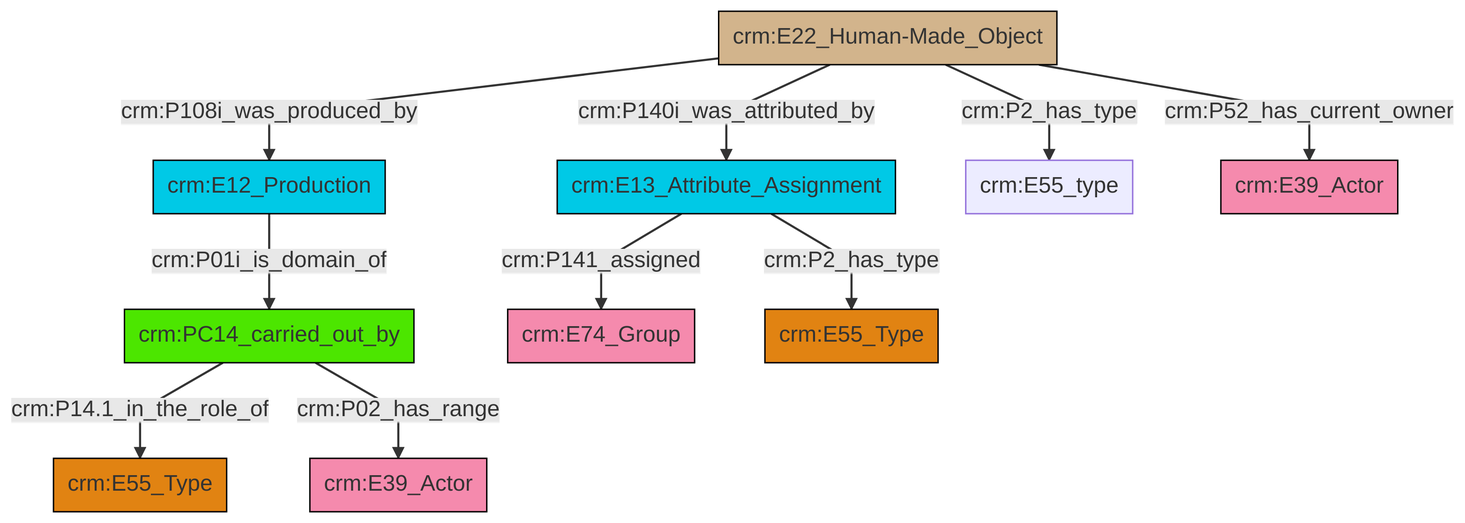
The Mermaid diagram et/builtWorkCSV/ttl/mmd/png/Built_Work_actor_relations.png in swiss-art-research-net/reference-data-models, before a commit. Its source is kept beside it as et/builtWorkCSV/ttl/mmd/Built_Work_actor_relations.ttl.mmd.
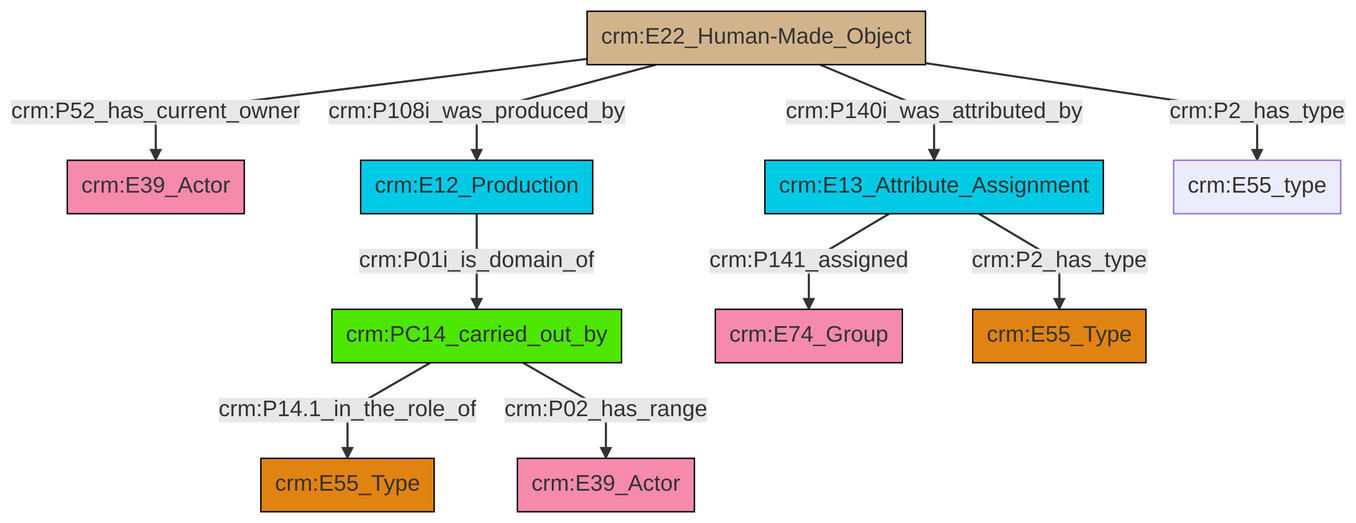
The same file after the commit.

The edit, as a diff of the source:
```diff
@@ -13,12 +13,12 @@
 classDef PC_Classes fill:#4ce600, stroke:#000000;
 classDef Multi fill:#cccccc,stroke:#000000;
 
-0["crm:E22_Human-Made_Object"]:::Physical_Thing -->|crm:P140i_was_attributed_by| 1["crm:E13_Attribute_Assignment"]:::Temporal_Entity
-6["crm:PC14_carried_out_by"]:::PC_Classes -->|crm:P14.1_in_the_role_of| 4["crm:E55_Type"]:::Type
-0["crm:E22_Human-Made_Object"]:::Physical_Thing -->|crm:P108i_was_produced_by| 2["crm:E12_Production"]:::Temporal_Entity
-2["crm:E12_Production"]:::Temporal_Entity -->|crm:P01i_is_domain_of| 6["crm:PC14_carried_out_by"]:::PC_Classes
-0["crm:E22_Human-Made_Object"]:::Physical_Thing -->|crm:P2_has_type| 15["crm:E55_type"]:::Default
-1["crm:E13_Attribute_Assignment"]:::Temporal_Entity -->|crm:P141_assigned| 10["crm:E74_Group"]:::Actor
-0["crm:E22_Human-Made_Object"]:::Physical_Thing -->|crm:P52_has_current_owner| 17["crm:E39_Actor"]:::Actor
-1["crm:E13_Attribute_Assignment"]:::Temporal_Entity -->|crm:P2_has_type| 12["crm:E55_Type"]:::Type
-6["crm:PC14_carried_out_by"]:::PC_Classes -->|crm:P02_has_range| 8["crm:E39_Actor"]:::Actor
+0["crm:E22_Human-Made_Object"]:::Physical_Thing -->|crm:P52_has_current_owner| 1["crm:E39_Actor"]:::Actor
+2["crm:PC14_carried_out_by"]:::PC_Classes -->|crm:P14.1_in_the_role_of| 3["crm:E55_Type"]:::Type
+0["crm:E22_Human-Made_Object"]:::Physical_Thing -->|crm:P140i_was_attributed_by| 7["crm:E13_Attribute_Assignment"]:::Temporal_Entity
+7["crm:E13_Attribute_Assignment"]:::Temporal_Entity -->|crm:P141_assigned| 5["crm:E74_Group"]:::Actor
+0["crm:E22_Human-Made_Object"]:::Physical_Thing -->|crm:P108i_was_produced_by| 10["crm:E12_Production"]:::Temporal_Entity
+7["crm:E13_Attribute_Assignment"]:::Temporal_Entity -->|crm:P2_has_type| 14["crm:E55_Type"]:::Type
+0["crm:E22_Human-Made_Object"]:::Physical_Thing -->|crm:P2_has_type| 11["crm:E55_type"]:::Default
+2["crm:PC14_carried_out_by"]:::PC_Classes -->|crm:P02_has_range| 17["crm:E39_Actor"]:::Actor
+10["crm:E12_Production"]:::Temporal_Entity -->|crm:P01i_is_domain_of| 2["crm:PC14_carried_out_by"]:::PC_Classes
```
